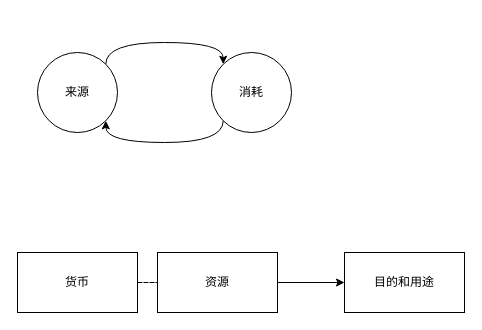
Taaaang/game_design keeps this draw.io diagram as 经济.drawio. Above is the earlier version. Source tidied: cells renumbered, new cells numbered last; positions are measured from the earlier drawing's top-left corner, leaving out a move shared by most shapes. Both pictures are drawn from the tidied source at 100%, with x=0, y=0 at pixel (17, 42).
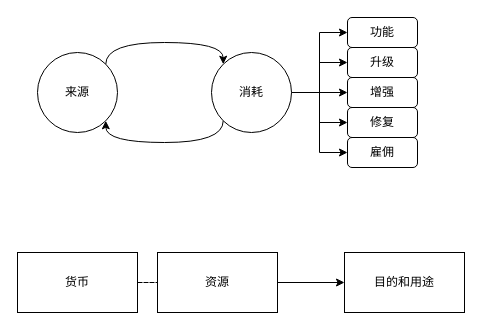
Above is the later version.

Unchanged cells that the change refers to:
```xml
<mxCell id="10" value="消耗" style="ellipse;whiteSpace=wrap;html=1;" parent="1" vertex="1">
  <mxGeometry x="194" y="10" width="80" height="80" as="geometry" />
</mxCell>
```

Change to the diagram source:
```diff
@@
+    <mxCell id="11" style="edgeStyle=orthogonalEdgeStyle;rounded=0;jettySize=auto;html=1;exitX=1;exitY=0.5;exitDx=0;exitDy=0;entryX=0;entryY=0.5;entryDx=0;entryDy=0;" parent="1" edge="1" source="10" target="16">
+      <mxGeometry relative="1" as="geometry" />
+    </mxCell>
+    <mxCell id="12" style="edgeStyle=orthogonalEdgeStyle;rounded=0;jettySize=auto;html=1;exitX=1;exitY=0.5;exitDx=0;exitDy=0;entryX=0;entryY=0.5;entryDx=0;entryDy=0;" parent="1" edge="1" source="10" target="17">
+      <mxGeometry relative="1" as="geometry" />
+    </mxCell>
+    <mxCell id="13" style="edgeStyle=orthogonalEdgeStyle;rounded=0;jettySize=auto;html=1;exitX=1;exitY=0.5;exitDx=0;exitDy=0;entryX=0;entryY=0.5;entryDx=0;entryDy=0;" parent="1" edge="1" source="10" target="18">
+      <mxGeometry relative="1" as="geometry" />
+    </mxCell>
+    <mxCell id="14" style="edgeStyle=orthogonalEdgeStyle;rounded=0;jettySize=auto;html=1;exitX=1;exitY=0.5;exitDx=0;exitDy=0;" parent="1" edge="1" source="10" target="19">
+      <mxGeometry relative="1" as="geometry" />
+    </mxCell>
+    <mxCell id="15" style="edgeStyle=orthogonalEdgeStyle;rounded=0;jettySize=auto;html=1;exitX=1;exitY=0.5;exitDx=0;exitDy=0;entryX=0;entryY=0.5;entryDx=0;entryDy=0;" parent="1" edge="1" source="10" target="20">
+      <mxGeometry relative="1" as="geometry" />
+    </mxCell>
@@
+    <mxCell id="16" value="功能" style="rounded=1;whiteSpace=wrap;html=1;" parent="1" vertex="1">
+      <mxGeometry x="330" y="-25" width="70" height="30" as="geometry" />
+    </mxCell>
+    <mxCell id="17" value="升级" style="rounded=1;whiteSpace=wrap;html=1;" parent="1" vertex="1">
+      <mxGeometry x="330" y="5" width="70" height="30" as="geometry" />
+    </mxCell>
+    <mxCell id="18" value="增强" style="rounded=1;whiteSpace=wrap;html=1;" parent="1" vertex="1">
+      <mxGeometry x="330" y="35" width="70" height="30" as="geometry" />
+    </mxCell>
+    <mxCell id="19" value="修复" style="rounded=1;whiteSpace=wrap;html=1;" parent="1" vertex="1">
+      <mxGeometry x="330" y="65" width="70" height="30" as="geometry" />
+    </mxCell>
+    <mxCell id="20" value="雇佣" style="rounded=1;whiteSpace=wrap;html=1;" parent="1" vertex="1">
+      <mxGeometry x="330" y="95" width="70" height="30" as="geometry" />
+    </mxCell>
```
